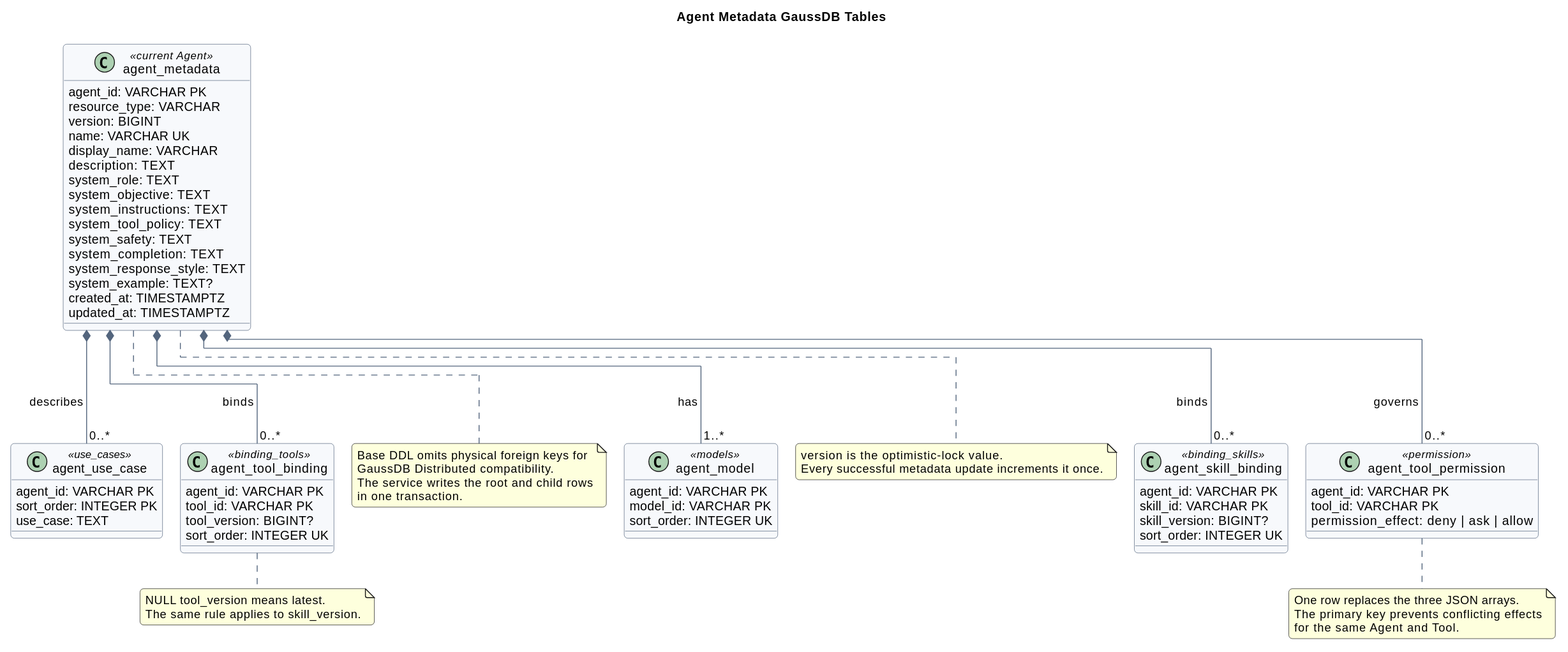
The PlantUML diagram agent-metadata-gaussdb-design/agent_metadata_gaussdb_model.svg in superheromeZzh/pi-mono-java-design, before a commit.
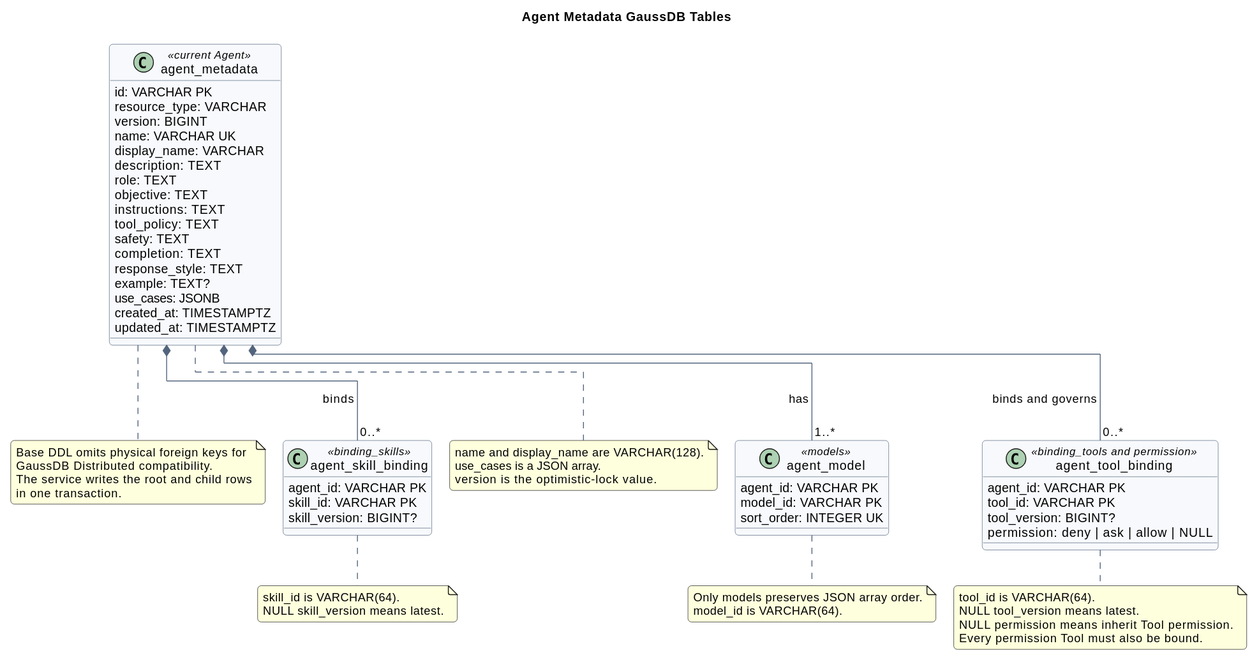
After the change.

Commit message:
docs(agent): align GaussDB metadata fields

What changed in the source:
```diff
@@ -6,8 +6,8 @@
 skinparam backgroundColor #FFFFFF
 skinparam shadowing false
 skinparam roundcorner 8
-skinparam nodesep 35
-skinparam ranksep 45
+skinparam nodesep 45
+skinparam ranksep 50
 skinparam ArrowColor #53657D
 skinparam ClassBorderColor #53657D
 skinparam ClassBackgroundColor #F7F9FC
@@ -15,20 +15,21 @@
 
 
 class agent_metadata <<current Agent>> {
-  agent_id: VARCHAR PK
+  id: VARCHAR PK
   resource_type: VARCHAR
   version: BIGINT
   name: VARCHAR UK
   display_name: VARCHAR
   description: TEXT
-  system_role: TEXT
-  system_objective: TEXT
-  system_instructions: TEXT
-  system_tool_policy: TEXT
-  system_safety: TEXT
-  system_completion: TEXT
-  system_response_style: TEXT
-  system_example: TEXT?
+  role: TEXT
+  objective: TEXT
+  instructions: TEXT
+  tool_policy: TEXT
+  safety: TEXT
+  completion: TEXT
+  response_style: TEXT
+  example: TEXT?
+  use_cases: JSONB
   created_at: TIMESTAMPTZ
   updated_at: TIMESTAMPTZ
 }
@@ -39,52 +40,44 @@
   sort_order: INTEGER UK
 }
 
-class agent_use_case <<use_cases>> {
-  agent_id: VARCHAR PK
-  sort_order: INTEGER PK
-  use_case: TEXT
-}
-
-class agent_tool_binding <<binding_tools>> {
+class agent_tool_binding <<binding_tools and permission>> {
   agent_id: VARCHAR PK
   tool_id: VARCHAR PK
   tool_version: BIGINT?
-  sort_order: INTEGER UK
+  permission: deny | ask | allow | NULL
 }
 
 class agent_skill_binding <<binding_skills>> {
   agent_id: VARCHAR PK
   skill_id: VARCHAR PK
   skill_version: BIGINT?
-  sort_order: INTEGER UK
-}
-
-class agent_tool_permission <<permission>> {
-  agent_id: VARCHAR PK
-  tool_id: VARCHAR PK
-  permission_effect: deny | ask | allow
 }
 
 agent_metadata *-- "1..*" agent_model : has
-agent_metadata *-- "0..*" agent_use_case : describes
-agent_metadata *-- "0..*" agent_tool_binding : binds
+agent_metadata *-- "0..*" agent_tool_binding : binds and governs
 agent_metadata *-- "0..*" agent_skill_binding : binds
-agent_metadata *-- "0..*" agent_tool_permission : governs
 
 note right of agent_metadata
+name and display_name are VARCHAR(128).
+use_cases is a JSON array.
 version is the optimistic-lock value.
-Every successful metadata update increments it once.
 end note
 
-note right of agent_tool_binding
-NULL tool_version means latest.
-The same rule applies to skill_version.
+note right of agent_model
+Only models preserves JSON array order.
+model_id is VARCHAR(64).
 end note
 
-note bottom of agent_tool_permission
-One row replaces the three JSON arrays.
-The primary key prevents conflicting effects
-for the same Agent and Tool.
+note bottom of agent_tool_binding
+tool_id is VARCHAR(64).
+NULL tool_version means latest.
+NULL permission means inherit Tool permission.
+Every permission Tool must also be bound.
+end note
+
+note bottom of agent_skill_binding
+skill_id is VARCHAR(64).
+NULL skill_version means latest.
 end note
 
 note bottom of agent_metadata
```
